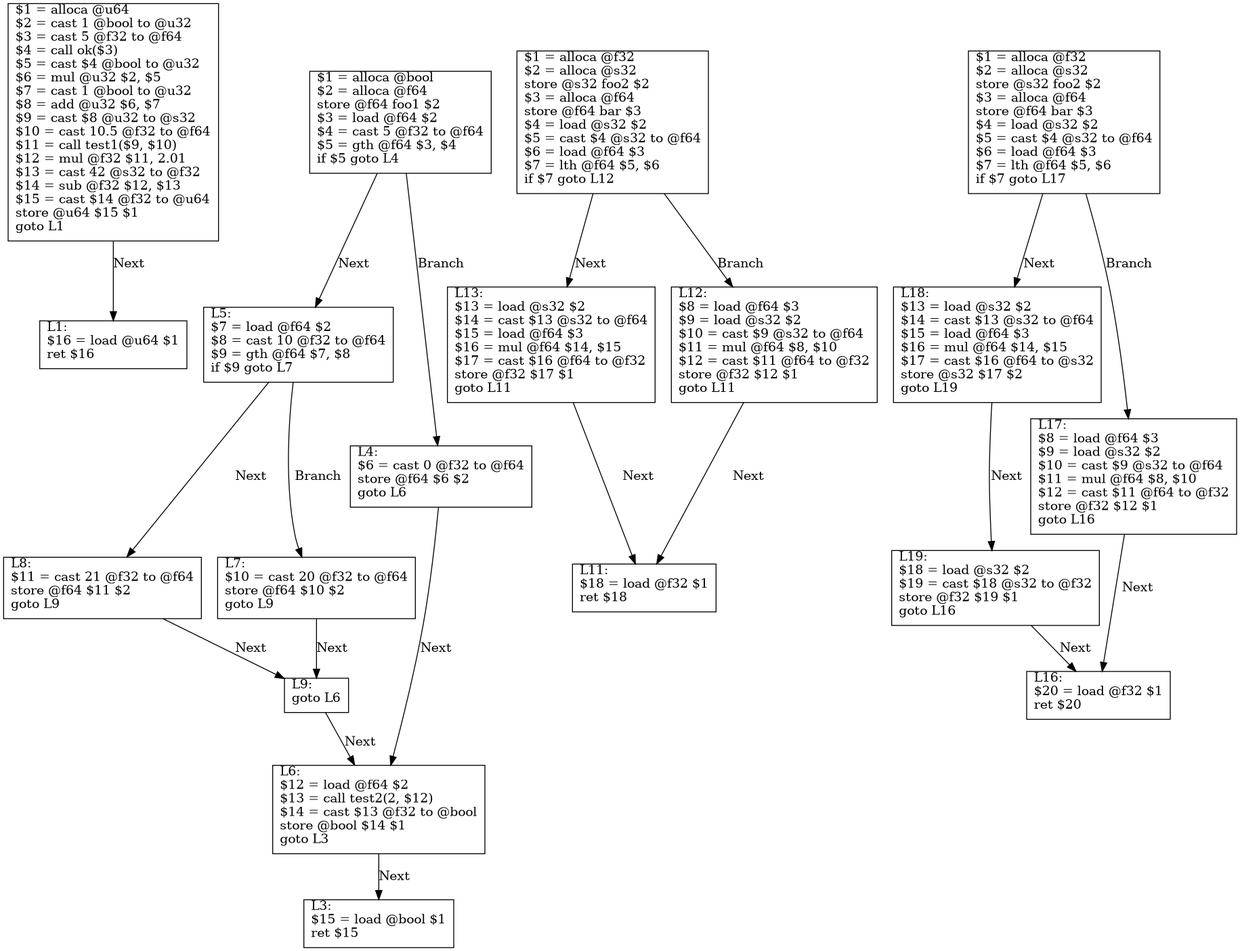
Excse/arkoi_language keeps this Graphviz diagram as example/test.png. Above is the earlier version. Its source is kept beside it as example/test.dot.
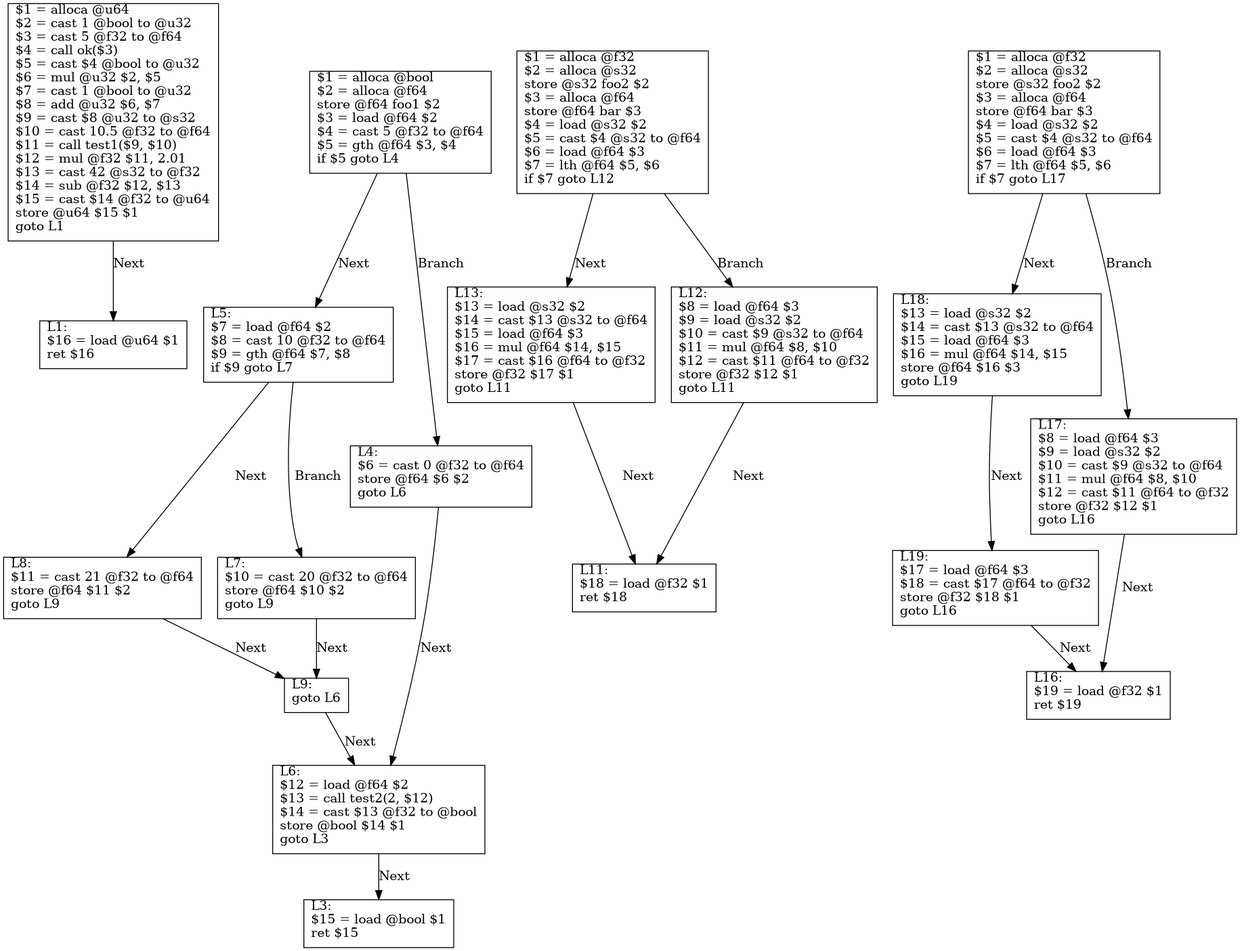
After the change.

Diff of the diagram source:
```diff
@@ -33,9 +33,9 @@
     L15 -> L17 [label="Branch"]
     L17 [label="L17:\l$8 = load @f64 $3\l$9 = load @s32 $2\l$10 = cast $9 @s32 to @f64\l$11 = mul @f64 $8, $10\l$12 = cast $11 @f64 to @f32\lstore @f32 $12 $1\lgoto L16\l"]
     L17 -> L16 [label="Next"]
-    L18 [label="L18:\l$13 = load @s32 $2\l$14 = cast $13 @s32 to @f64\l$15 = load @f64 $3\l$16 = mul @f64 $14, $15\l$17 = cast $16 @f64 to @f64\lstore @f64 $17 $3\lgoto L19\l"]
+    L18 [label="L18:\l$13 = load @s32 $2\l$14 = cast $13 @s32 to @f64\l$15 = load @f64 $3\l$16 = mul @f64 $14, $15\lstore @f64 $16 $3\lgoto L19\l"]
     L18 -> L19 [label="Next"]
-    L19 [label="L19:\l$18 = load @f64 $3\l$19 = cast $18 @f64 to @f32\lstore @f32 $19 $1\lgoto L16\l"]
+    L19 [label="L19:\l$17 = load @f64 $3\l$18 = cast $17 @f64 to @f32\lstore @f32 $18 $1\lgoto L16\l"]
     L19 -> L16 [label="Next"]
-    L16 [label="L16:\l$20 = load @f32 $1\lret $20\l"]
+    L16 [label="L16:\l$19 = load @f32 $1\lret $19\l"]
 }
```
